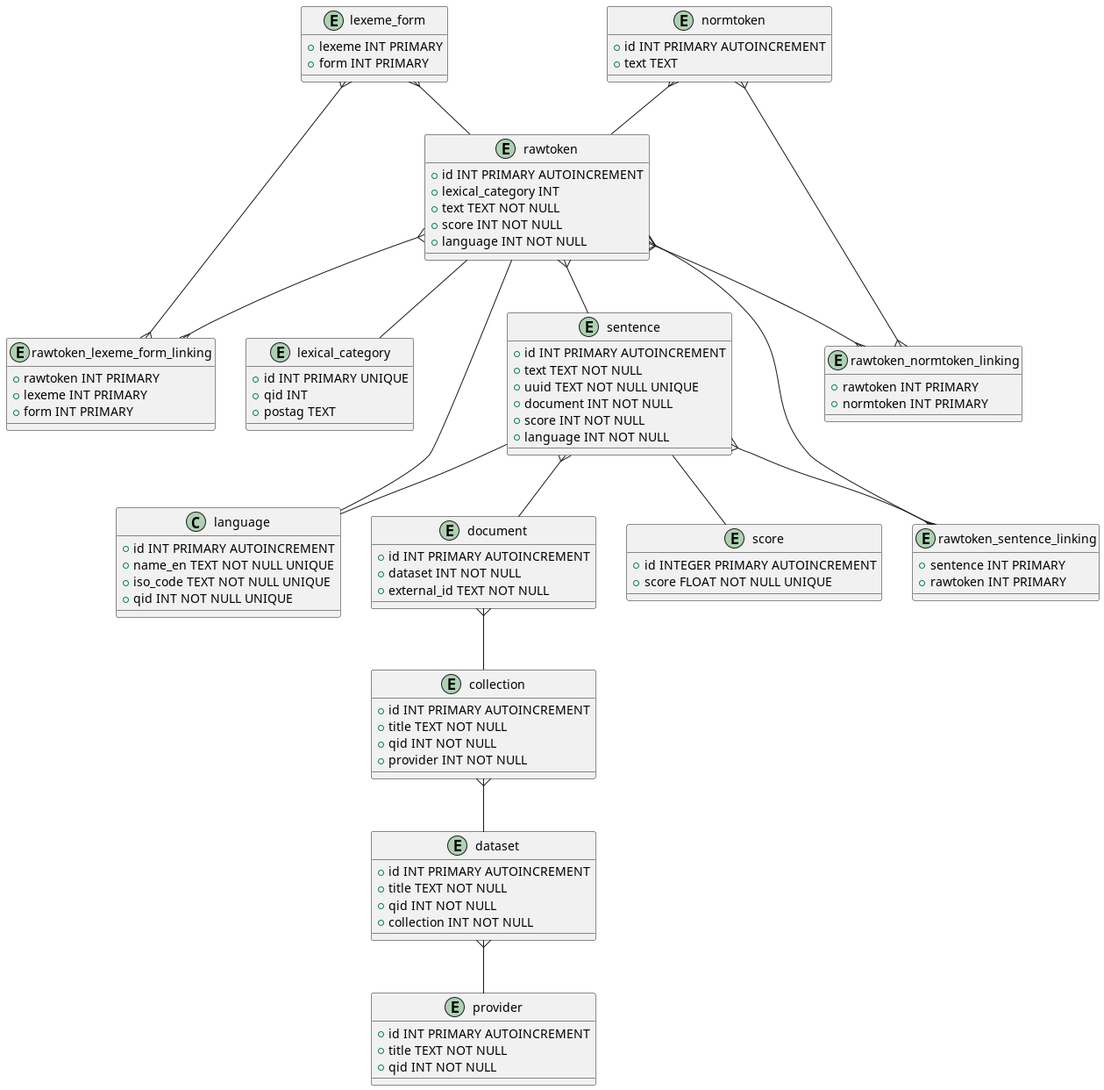
Earlier version of the PlantUML export diagrams/datamodel.png (dpriskorn/riksdagen_sentences).
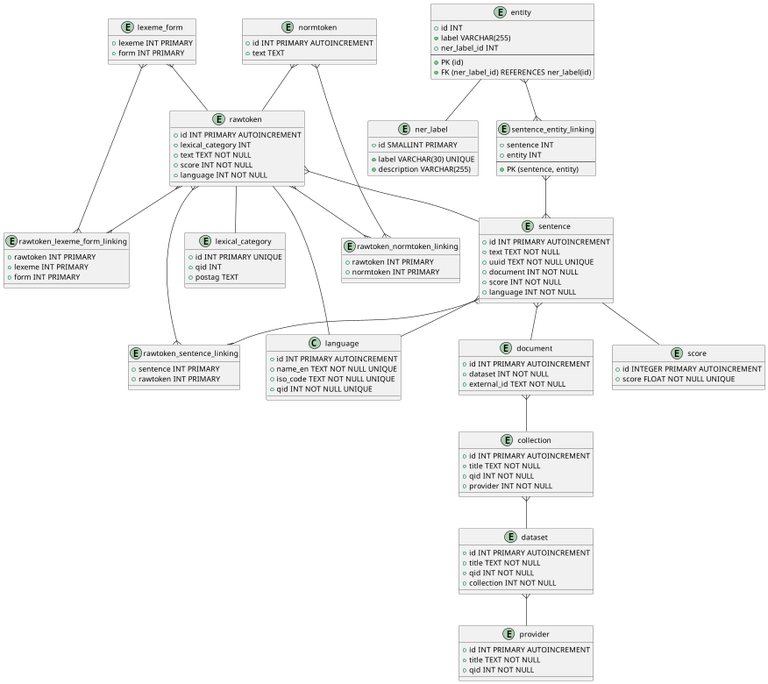
After the change.

What changed in the source:
```diff
@@ -85,6 +85,27 @@
     + normtoken INT PRIMARY
 }
 
+entity ner_label {
+  + id SMALLINT PRIMARY
+  + label VARCHAR(30) UNIQUE
+  + description VARCHAR(255)
+}
+
+entity entity {
+  + id INT
+  + label VARCHAR(255)
+  + ner_label_id INT
+  --
+  + PK (id)
+  + FK (ner_label_id) REFERENCES ner_label(id)
+}
+
+entity sentence_entity_linking {
+  + sentence INT
+  + entity INT
+  --
+  + PK (sentence, entity)
+}
 
 lexeme_form }-- rawtoken
 normtoken }-- rawtoken
@@ -94,6 +115,7 @@
 collection }-- dataset
 dataset }-- provider
 
+entity -- ner_label
 sentence -- score
 sentence -- language
 rawtoken -- lexical_category
@@ -105,4 +127,6 @@
 sentence }--{ rawtoken_sentence_linking
 rawtoken }--{ rawtoken_lexeme_form_linking
 lexeme_form }--{ rawtoken_lexeme_form_linking
+sentence_entity_linking }--{ sentence
+entity }--{ sentence_entity_linking
 @enduml
```
